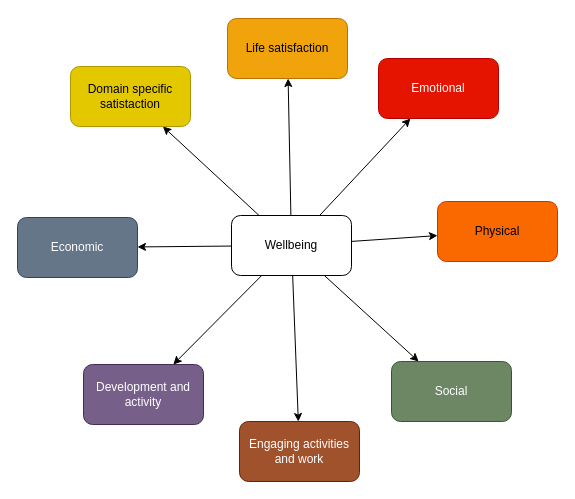
Earlier version of the draw.io diagram page "Wellbeing home" (1 of 4) of Wellbeing.drawio (alfonsograziano/personal-blog). Source tidied: cells renumbered, new cells numbered last; positions are measured from the earlier drawing's top-left corner, leaving out a move shared by most shapes. Both pictures are drawn from the tidied source at 100%, with x=0, y=0 at pixel (17, 18).
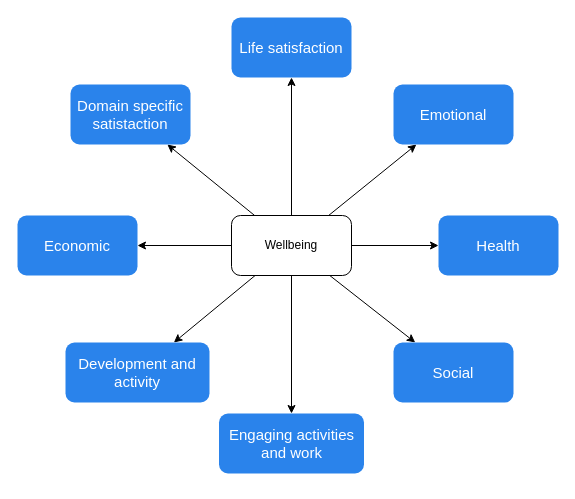
The same diagram, later.

Change to the diagram source:
```diff
@@
 <mxGraphModel background="#ffffff">
   <root>
     <mxCell id="0" />
     <mxCell id="1" parent="0" />
     <mxCell id="2" style="edgeStyle=none;rounded=0;jettySize=auto;html=1;noEdgeStyle=1;" parent="1" edge="1" source="10" target="18">
       <mxGeometry relative="1" as="geometry" />
     </mxCell>
     <mxCell id="3" style="edgeStyle=none;rounded=0;jettySize=auto;html=1;noEdgeStyle=1;" parent="1" edge="1" source="10" target="11">
       <mxGeometry relative="1" as="geometry" />
     </mxCell>
     <mxCell id="4" style="edgeStyle=none;rounded=0;jettySize=auto;html=1;noEdgeStyle=1;" parent="1" edge="1" source="10" target="12">
       <mxGeometry relative="1" as="geometry" />
     </mxCell>
     <mxCell id="5" style="edgeStyle=none;rounded=0;jettySize=auto;html=1;noEdgeStyle=1;" parent="1" edge="1" source="10" target="13">
       <mxGeometry relative="1" as="geometry" />
     </mxCell>
     <mxCell id="6" style="edgeStyle=none;rounded=0;jettySize=auto;html=1;noEdgeStyle=1;" parent="1" edge="1" source="10" target="14">
       <mxGeometry relative="1" as="geometry" />
     </mxCell>
     <mxCell id="7" style="edgeStyle=none;rounded=0;jettySize=auto;html=1;noEdgeStyle=1;" parent="1" edge="1" source="10" target="15">
       <mxGeometry relative="1" as="geometry" />
     </mxCell>
     <mxCell id="8" style="edgeStyle=none;rounded=0;jettySize=auto;html=1;noEdgeStyle=1;" parent="1" edge="1" source="10" target="16">
       <mxGeometry relative="1" as="geometry" />
     </mxCell>
     <mxCell id="9" style="edgeStyle=none;rounded=0;jettySize=auto;html=1;noEdgeStyle=1;" parent="1" edge="1" source="10" target="17">
       <mxGeometry relative="1" as="geometry" />
     </mxCell>
     <mxCell id="10" value="Wellbeing" style="rounded=1;whiteSpace=wrap;html=1;" parent="1" vertex="1">
       <mxGeometry x="214" y="197" width="120" height="60" as="geometry" />
     </mxCell>
-    <mxCell id="11" value="Physical" style="rounded=1;whiteSpace=wrap;html=1;fillColor=#fa6800;fontColor=#000000;strokeColor=#C73500;" parent="1" vertex="1">
-      <mxGeometry x="420" y="183" width="120" height="60" as="geometry" />
+    <mxCell id="11" value="Health" style="rounded=1;whiteSpace=wrap;html=1;fillColor=#2a83eb;fontColor=#ffffff;strokeColor=none;fontSize=15;" parent="1" vertex="1">
+      <mxGeometry x="421" y="197" width="120" height="60" as="geometry" />
     </mxCell>
-    <mxCell id="12" value="Economic" style="rounded=1;whiteSpace=wrap;html=1;fillColor=#647687;fontColor=#ffffff;strokeColor=#314354;" parent="1" vertex="1">
-      <mxGeometry y="199" width="120" height="60" as="geometry" />
+    <mxCell id="12" value="Economic" style="rounded=1;whiteSpace=wrap;html=1;fillColor=#2a83eb;fontColor=#ffffff;strokeColor=none;fontSize=15;" parent="1" vertex="1">
+      <mxGeometry y="197" width="120" height="60" as="geometry" />
     </mxCell>
-    <mxCell id="13" value="Social" style="rounded=1;whiteSpace=wrap;html=1;fillColor=#6d8764;fontColor=#ffffff;strokeColor=#3A5431;" parent="1" vertex="1">
-      <mxGeometry x="374" y="343" width="120" height="60" as="geometry" />
+    <mxCell id="13" value="Social" style="rounded=1;whiteSpace=wrap;html=1;fillColor=#2a83eb;fontColor=#ffffff;strokeColor=none;fontSize=15;" parent="1" vertex="1">
+      <mxGeometry x="376" y="324" width="120" height="60" as="geometry" />
     </mxCell>
-    <mxCell id="14" value="Development and activity" style="rounded=1;whiteSpace=wrap;html=1;fillColor=#76608a;fontColor=#ffffff;strokeColor=#432D57;" parent="1" vertex="1">
-      <mxGeometry x="66" y="346" width="120" height="60" as="geometry" />
+    <mxCell id="14" value="Development and activity" style="rounded=1;whiteSpace=wrap;html=1;fillColor=#2a83eb;fontColor=#ffffff;strokeColor=none;fontSize=15;" parent="1" vertex="1">
+      <mxGeometry x="48" y="324" width="144" height="60" as="geometry" />
     </mxCell>
-    <mxCell id="15" value="Emotional" style="rounded=1;whiteSpace=wrap;html=1;fillColor=#e51400;fontColor=#ffffff;strokeColor=#B20000;" parent="1" vertex="1">
-      <mxGeometry x="361" y="40" width="120" height="60" as="geometry" />
+    <mxCell id="15" value="Emotional" style="rounded=1;whiteSpace=wrap;html=1;fillColor=#2a83eb;fontColor=#ffffff;strokeColor=none;fontSize=15;" parent="1" vertex="1">
+      <mxGeometry x="376" y="66" width="120" height="60" as="geometry" />
     </mxCell>
-    <mxCell id="16" value="Life satisfaction" style="rounded=1;whiteSpace=wrap;html=1;fillColor=#f0a30a;fontColor=#000000;strokeColor=#BD7000;" parent="1" vertex="1">
-      <mxGeometry x="210" width="120" height="60" as="geometry" />
+    <mxCell id="16" value="Life satisfaction" style="rounded=1;whiteSpace=wrap;html=1;fillColor=#2a83eb;fontColor=#ffffff;strokeColor=none;fontSize=15;" parent="1" vertex="1">
+      <mxGeometry x="214" y="-1" width="120" height="60" as="geometry" />
     </mxCell>
-    <mxCell id="17" value="Domain specific satistaction" style="rounded=1;whiteSpace=wrap;html=1;fillColor=#e3c800;fontColor=#000000;strokeColor=#B09500;" parent="1" vertex="1">
-      <mxGeometry x="53" y="48" width="120" height="60" as="geometry" />
+    <mxCell id="17" value="Domain specific satistaction" style="rounded=1;whiteSpace=wrap;html=1;fillColor=#2a83eb;fontColor=#ffffff;strokeColor=none;fontSize=15;" parent="1" vertex="1">
+      <mxGeometry x="53" y="66" width="120" height="60" as="geometry" />
     </mxCell>
-    <mxCell id="18" value="Engaging activities and work" style="rounded=1;whiteSpace=wrap;html=1;fillColor=#a0522d;fontColor=#ffffff;strokeColor=#6D1F00;" parent="1" vertex="1">
-      <mxGeometry x="222" y="403" width="120" height="60" as="geometry" />
+    <mxCell id="18" value="Engaging activities and work" style="rounded=1;whiteSpace=wrap;html=1;fillColor=#2a83eb;fontColor=#ffffff;strokeColor=none;fontSize=15;" parent="1" vertex="1">
+      <mxGeometry x="201.5" y="395" width="145" height="60" as="geometry" />
     </mxCell>
   </root>
 </mxGraphModel>
```
